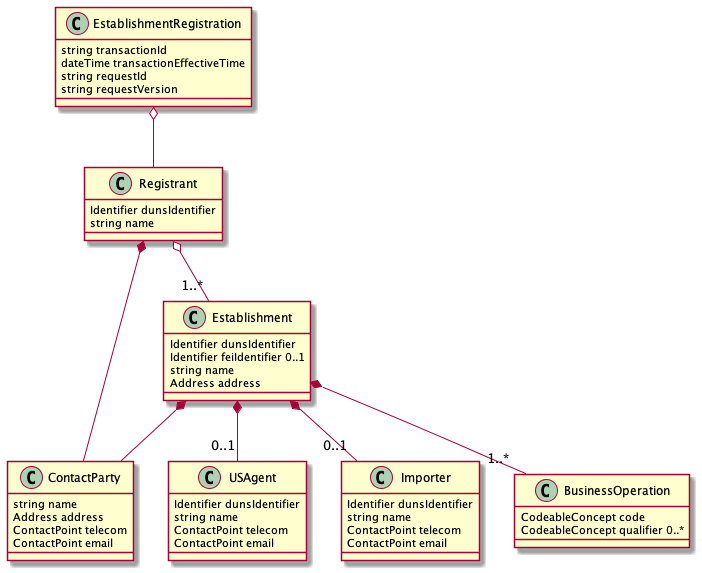
HL7/fhir-spl keeps this PlantUML diagram as input/images/EstablishmentRegistrationLogicalModel.png. Above is the earlier version.
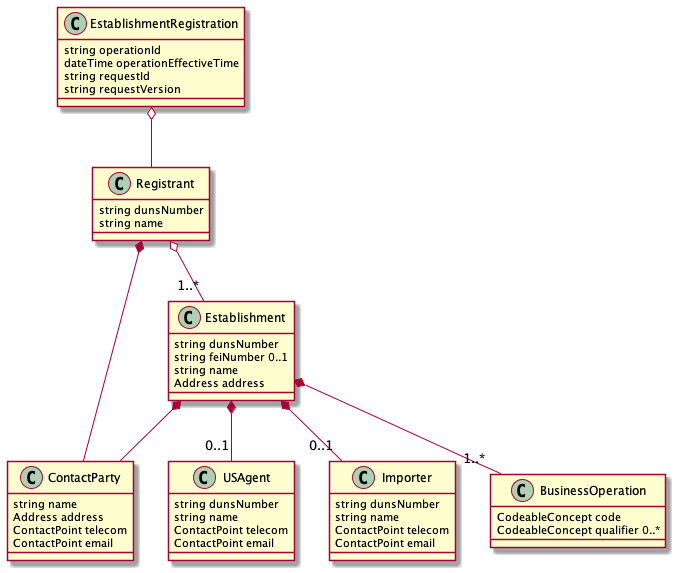
Later version of the same file.

Change to the diagram source:
```diff
@@ -1,13 +1,13 @@
 @startuml
 class EstablishmentRegistration {
-	string transactionId
-	dateTime transactionEffectiveTime
+	string operationId
+	dateTime operationEffectiveTime
 	string requestId
 	string requestVersion
 }
 EstablishmentRegistration o-- Registrant
 class Registrant {
-	Identifier dunsIdentifier
+	string dunsNumber
 	string name
 }
 Registrant *-- ContactParty
@@ -19,22 +19,22 @@
 }
 Registrant o-- "1..*" Establishment
 class Establishment {
-	Identifier dunsIdentifier
-	Identifier feiIdentifier 0..1
+	string dunsNumber
+	string feiNumber 0..1
 	string name
 	Address address
 }
 Establishment *-- ContactParty
 Establishment *-- "0..1" USAgent
 class USAgent {
-	Identifier dunsIdentifier
+	string dunsNumber
 	string name
 	ContactPoint telecom
 	ContactPoint email
 }
 Establishment *-- "0..1" Importer
 class Importer {
-	Identifier dunsIdentifier
+	string dunsNumber
 	string name
 	ContactPoint telecom
 	ContactPoint email
```
